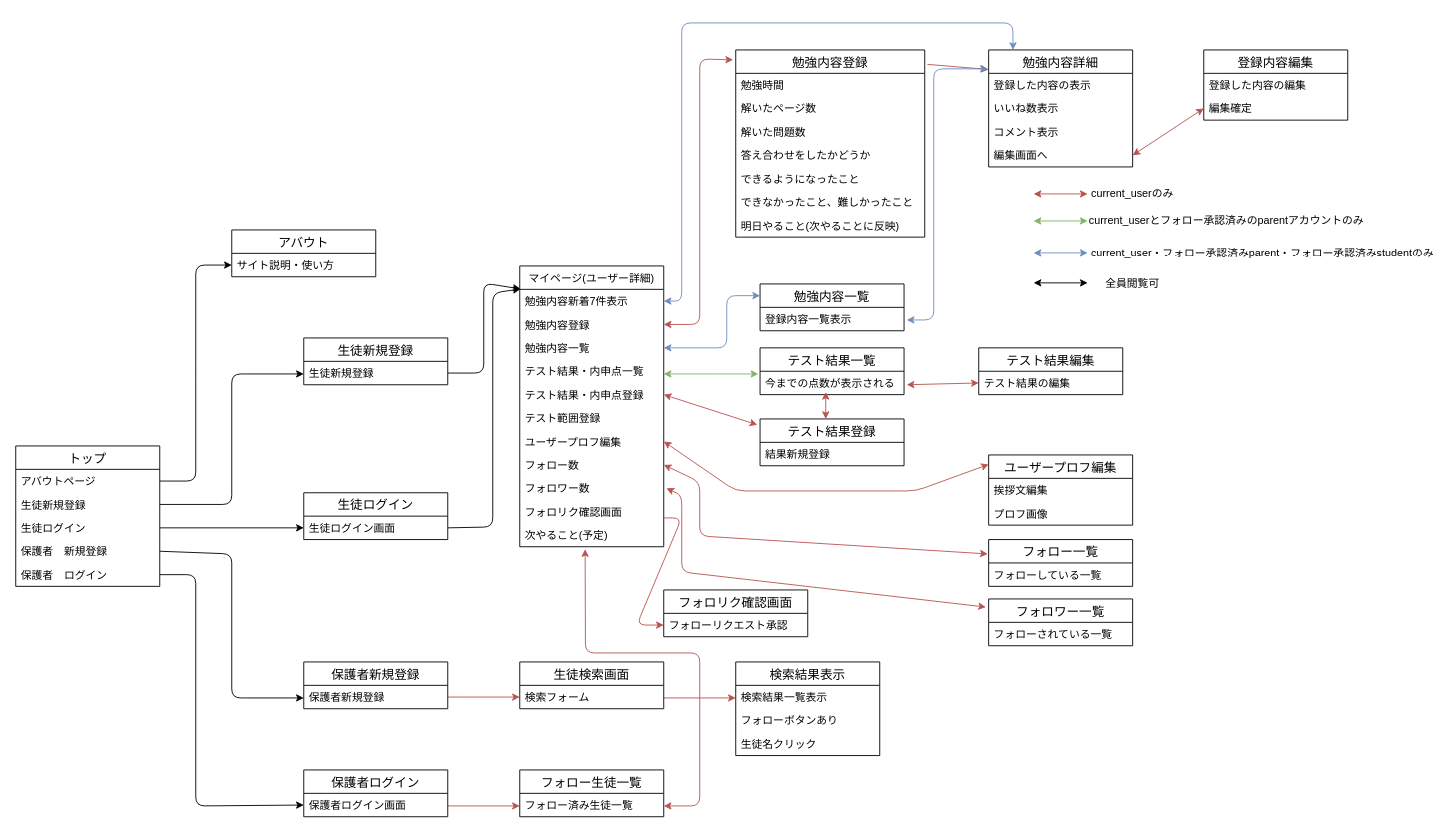
The draw.io diagram Screen_transition.drawio in na-toyoshima/learning_management, before the edit. Source tidied: cells renumbered, new cells numbered last; positions are measured from the earlier drawing's top-left corner, leaving out a move shared by most shapes. Both pictures are drawn from the tidied source at 90%, with x=0, y=0 at pixel (15, 22).
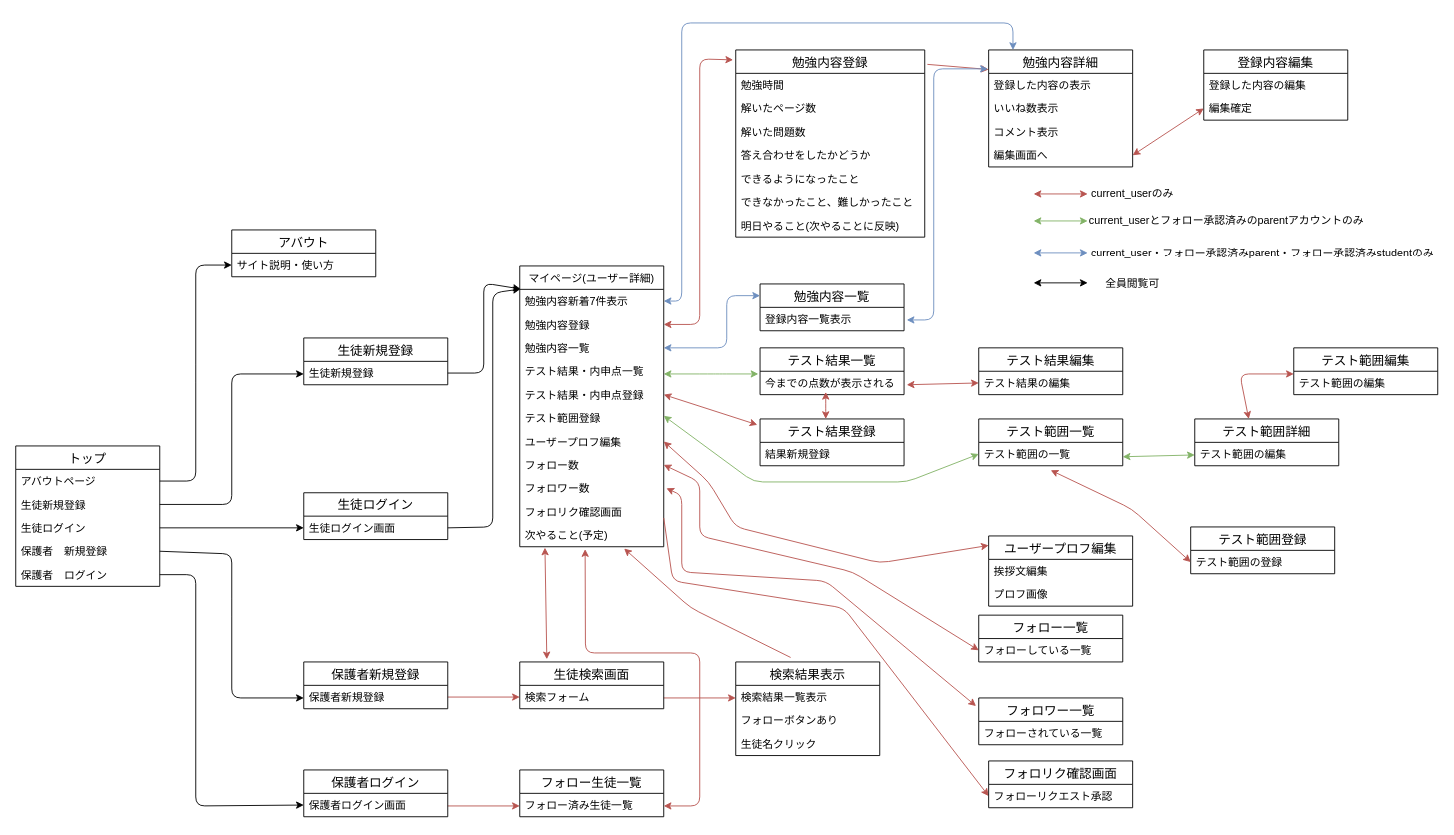
After the change.

The change refers to these unchanged cells:
```xml
<mxCell id="45" value="生徒検索画面" style="swimlane;fontStyle=0;horizontal=1;startSize=26;align=center;fontSize=14;" parent="1" vertex="1">
  <mxGeometry x="560" y="710" width="160" height="52" as="geometry" />
</mxCell>
<mxCell id="49" value="検索結果表示" style="swimlane;fontStyle=0;horizontal=1;startSize=26;align=center;fontSize=14;" parent="1" vertex="1">
  <mxGeometry x="800" y="710" width="160" height="104" as="geometry" />
</mxCell>
<mxCell id="60" value="ユーザープロフ編集" style="text;strokeColor=none;fillColor=none;spacingLeft=4;spacingRight=4;overflow=hidden;points=[[0,0.5],[1,0.5]];portConstraint=eastwest;fontSize=12;" parent="53" vertex="1">
  <mxGeometry y="182" width="160" height="26" as="geometry" />
</mxCell>
<mxCell id="61" value="フォロー数" style="text;strokeColor=none;fillColor=none;spacingLeft=4;spacingRight=4;overflow=hidden;points=[[0,0.5],[1,0.5]];portConstraint=eastwest;fontSize=12;" parent="53" vertex="1">
  <mxGeometry y="208" width="160" height="26" as="geometry" />
</mxCell>
<mxCell id="64" value="次やること(予定)" style="text;strokeColor=none;fillColor=none;spacingLeft=4;spacingRight=4;overflow=hidden;points=[[0,0.5],[1,0.5]];portConstraint=eastwest;fontSize=12;" parent="53" vertex="1">
  <mxGeometry y="286" width="160" height="26" as="geometry" />
</mxCell>
<mxCell id="75" value="テスト結果一覧" style="swimlane;fontStyle=0;horizontal=1;startSize=26;align=center;fontSize=14;" parent="1" vertex="1">
  <mxGeometry x="827" y="361" width="160" height="52" as="geometry" />
</mxCell>
```

Change to the diagram source:
```diff
@@
+    <mxCell id="104" style="endArrow=classic;startArrow=classic;html=1;entryX=0;entryY=0.5;entryDx=0;entryDy=0;fillColor=#d5e8d4;strokeColor=#82b366;" parent="1" edge="1">
+      <mxGeometry relative="1" as="geometry">
+        <mxPoint x="1230" y="482" as="sourcePoint" />
+        <mxPoint x="1310" y="480" as="targetPoint" />
+      </mxGeometry>
+    </mxCell>
@@
     <mxCell id="77" style="endArrow=classic;startArrow=classic;html=1;fillColor=#f8cecc;strokeColor=#b85450;" parent="75" edge="1">
       <mxGeometry relative="1" as="geometry">
         <mxPoint x="73" y="79" as="sourcePoint" />
         <mxPoint x="73" y="49" as="targetPoint" />
+        <Array as="points">
+          <mxPoint x="73" y="69" />
+        </Array>
       </mxGeometry>
     </mxCell>
@@
-    <mxCell id="82" value="ユーザープロフ編集" style="swimlane;fontStyle=0;horizontal=1;startSize=26;align=center;fontSize=14;" parent="1" vertex="1">
-      <mxGeometry x="1081" y="480" width="160" height="78" as="geometry" />
-    </mxCell>
-    <mxCell id="83" value="挨拶文編集" style="text;strokeColor=none;fillColor=none;spacingLeft=4;spacingRight=4;overflow=hidden;fontSize=12;" parent="82" vertex="1">
-      <mxGeometry y="26" width="160" height="26" as="geometry" />
-    </mxCell>
-    <mxCell id="84" value="プロフ画像" style="text;strokeColor=none;fillColor=none;spacingLeft=4;spacingRight=4;overflow=hidden;fontSize=12;" parent="82" vertex="1">
-      <mxGeometry y="52" width="160" height="26" as="geometry" />
-    </mxCell>
     <mxCell id="85" style="endArrow=classic;startArrow=classic;html=1;exitX=1;exitY=0.5;exitDx=0;exitDy=0;entryX=0;entryY=0.135;entryDx=0;entryDy=0;entryPerimeter=0;fillColor=#f8cecc;strokeColor=#b85450;" parent="1" edge="1" source="60" target="82">
       <mxGeometry relative="1" as="geometry">
         <Array as="points">
-          <mxPoint x="800" y="520" />
-          <mxPoint x="1000" y="520" />
+          <mxPoint x="770" y="510" />
+          <mxPoint x="800" y="560" />
+          <mxPoint x="960" y="600" />
         </Array>
       </mxGeometry>
     </mxCell>
-    <mxCell id="86" style="endArrow=classic;startArrow=classic;html=1;fontSize=12;exitX=1;exitY=0.5;exitDx=0;exitDy=0;fillColor=#f8cecc;strokeColor=#b85450;" parent="1" edge="1" source="61">
+    <mxCell id="86" style="endArrow=classic;startArrow=classic;html=1;fontSize=12;exitX=1;exitY=0.5;exitDx=0;exitDy=0;fillColor=#f8cecc;strokeColor=#b85450;entryX=0;entryY=0.5;entryDx=0;entryDy=0;" parent="1" edge="1" source="61" target="88">
       <mxGeometry relative="1" as="geometry">
-        <mxPoint x="1080" y="590" as="targetPoint" />
         <Array as="points">
           <mxPoint x="760" y="510" />
           <mxPoint x="760" y="570" />
+          <mxPoint x="930" y="610" />
         </Array>
       </mxGeometry>
     </mxCell>
-    <mxCell id="87" value="フォロー一覧" style="swimlane;fontStyle=0;horizontal=1;startSize=26;align=center;fontSize=14;" parent="1" vertex="1">
-      <mxGeometry x="1081" y="574" width="160" height="52" as="geometry" />
-    </mxCell>
-    <mxCell id="88" value="フォローしている一覧" style="text;strokeColor=none;fillColor=none;spacingLeft=4;spacingRight=4;overflow=hidden;points=[[0,0.5],[1,0.5]];portConstraint=eastwest;fontSize=12;" parent="87" vertex="1">
-      <mxGeometry y="26" width="160" height="26" as="geometry" />
-    </mxCell>
     <mxCell id="89" style="endArrow=classic;startArrow=classic;html=1;fontSize=12;entryX=-0.019;entryY=0.173;entryDx=0;entryDy=0;entryPerimeter=0;fillColor=#f8cecc;strokeColor=#b85450;" parent="1" edge="1" target="90">
       <mxGeometry relative="1" as="geometry">
         <mxPoint x="723" y="517" as="sourcePoint" />
         <Array as="points">
           <mxPoint x="740" y="525" />
           <mxPoint x="740" y="610" />
+          <mxPoint x="900" y="620" />
         </Array>
       </mxGeometry>
     </mxCell>
-    <mxCell id="90" value="フォロワー一覧" style="swimlane;fontStyle=0;horizontal=1;startSize=26;align=center;fontSize=14;" parent="1" vertex="1">
-      <mxGeometry x="1081" y="640" width="160" height="52" as="geometry" />
-    </mxCell>
-    <mxCell id="91" value="フォローされている一覧" style="text;strokeColor=none;fillColor=none;spacingLeft=4;spacingRight=4;overflow=hidden;fontSize=12;" parent="90" vertex="1">
-      <mxGeometry y="26" width="160" height="26" as="geometry" />
-    </mxCell>
@@
-    <mxCell id="98" value="フォロリク確認画面" style="swimlane;fontStyle=0;horizontal=1;startSize=26;align=center;fontSize=14;" parent="1" vertex="1">
-      <mxGeometry x="720" y="630" width="160" height="52" as="geometry" />
-    </mxCell>
-    <mxCell id="99" value="フォローリクエスト承認" style="text;strokeColor=none;fillColor=none;spacingLeft=4;spacingRight=4;overflow=hidden;points=[[0,0.5],[1,0.5]];portConstraint=eastwest;fontSize=12;" parent="98" vertex="1">
-      <mxGeometry y="26" width="160" height="26" as="geometry" />
-    </mxCell>
     <mxCell id="100" style="endArrow=classic;html=1;fontSize=12;entryX=0;entryY=0.5;entryDx=0;entryDy=0;fillColor=#f8cecc;strokeColor=#b85450;" parent="1" edge="1" target="99">
       <mxGeometry relative="1" as="geometry">
         <mxPoint x="720" y="550" as="sourcePoint" />
         <Array as="points">
-          <mxPoint x="740" y="550" />
-          <mxPoint x="690" y="669" />
+          <mxPoint x="730" y="620" />
+          <mxPoint x="920" y="650" />
         </Array>
       </mxGeometry>
     </mxCell>
@@
+    <mxCell id="90" value="フォロワー一覧" style="swimlane;fontStyle=0;horizontal=1;startSize=26;align=center;fontSize=14;" parent="1" vertex="1">
+      <mxGeometry x="1070" y="750" width="160" height="52" as="geometry" />
+    </mxCell>
+    <mxCell id="91" value="フォローされている一覧" style="text;strokeColor=none;fillColor=none;spacingLeft=4;spacingRight=4;overflow=hidden;fontSize=12;" parent="90" vertex="1">
+      <mxGeometry y="26" width="160" height="26" as="geometry" />
+    </mxCell>
+    <mxCell id="87" value="フォロー一覧" style="swimlane;fontStyle=0;horizontal=1;startSize=26;align=center;fontSize=14;" parent="1" vertex="1">
+      <mxGeometry x="1070" y="658" width="160" height="52" as="geometry" />
+    </mxCell>
+    <mxCell id="88" value="フォローしている一覧" style="text;strokeColor=none;fillColor=none;spacingLeft=4;spacingRight=4;overflow=hidden;points=[[0,0.5],[1,0.5]];portConstraint=eastwest;fontSize=12;" parent="87" vertex="1">
+      <mxGeometry y="26" width="160" height="26" as="geometry" />
+    </mxCell>
+    <mxCell id="82" value="ユーザープロフ編集" style="swimlane;fontStyle=0;horizontal=1;startSize=26;align=center;fontSize=14;" parent="1" vertex="1">
+      <mxGeometry x="1081" y="570" width="160" height="78" as="geometry" />
+    </mxCell>
+    <mxCell id="83" value="挨拶文編集" style="text;strokeColor=none;fillColor=none;spacingLeft=4;spacingRight=4;overflow=hidden;fontSize=12;" parent="82" vertex="1">
+      <mxGeometry y="26" width="160" height="26" as="geometry" />
+    </mxCell>
+    <mxCell id="84" value="プロフ画像" style="text;strokeColor=none;fillColor=none;spacingLeft=4;spacingRight=4;overflow=hidden;fontSize=12;" parent="82" vertex="1">
+      <mxGeometry y="52" width="160" height="26" as="geometry" />
+    </mxCell>
+    <mxCell id="105" value="テスト範囲一覧" style="swimlane;fontStyle=0;horizontal=1;startSize=26;align=center;fontSize=14;" parent="1" vertex="1">
+      <mxGeometry x="1070" y="440" width="160" height="52" as="geometry" />
+    </mxCell>
+    <mxCell id="106" value="テスト範囲の一覧" style="text;strokeColor=none;fillColor=none;spacingLeft=4;spacingRight=4;overflow=hidden;points=[[0,0.5],[1,0.5]];portConstraint=eastwest;fontSize=12;" parent="105" vertex="1">
+      <mxGeometry y="26" width="160" height="26" as="geometry" />
+    </mxCell>
+    <mxCell id="107" value="テスト範囲登録" style="swimlane;fontStyle=0;horizontal=1;startSize=26;align=center;fontSize=14;" parent="1" vertex="1">
+      <mxGeometry x="1305.5" y="560" width="160" height="52" as="geometry" />
+    </mxCell>
+    <mxCell id="108" value="テスト範囲の登録" style="text;strokeColor=none;fillColor=none;spacingLeft=4;spacingRight=4;overflow=hidden;points=[[0,0.5],[1,0.5]];portConstraint=eastwest;fontSize=12;" parent="107" vertex="1">
+      <mxGeometry y="26" width="160" height="26" as="geometry" />
+    </mxCell>
+    <mxCell id="109" style="endArrow=classic;startArrow=classic;html=1;entryX=0;entryY=0.5;entryDx=0;entryDy=0;fillColor=#d5e8d4;strokeColor=#82b366;" parent="1" edge="1" target="106">
+      <mxGeometry relative="1" as="geometry">
+        <mxPoint x="720" y="436.5" as="sourcePoint" />
+        <Array as="points">
+          <mxPoint x="820" y="510" />
+          <mxPoint x="990" y="510" />
+        </Array>
+      </mxGeometry>
+    </mxCell>
+    <mxCell id="110" style="endArrow=classic;startArrow=classic;html=1;exitX=0;exitY=0.5;exitDx=0;exitDy=0;fillColor=#f8cecc;strokeColor=#b85450;entryX=0.5;entryY=1.192;entryDx=0;entryDy=0;entryPerimeter=0;" parent="1" edge="1" source="108" target="106">
+      <mxGeometry relative="1" as="geometry">
+        <Array as="points">
+          <mxPoint x="1240" y="540" />
+        </Array>
+      </mxGeometry>
+    </mxCell>
+    <mxCell id="111" style="endArrow=classic;startArrow=classic;html=1;entryX=0.175;entryY=1.038;entryDx=0;entryDy=0;entryPerimeter=0;exitX=0.188;exitY=-0.058;exitDx=0;exitDy=0;exitPerimeter=0;fillColor=#f8cecc;strokeColor=#b85450;" parent="1" edge="1" source="45" target="64">
+      <mxGeometry relative="1" as="geometry" />
+    </mxCell>
+    <mxCell id="98" value="フォロリク確認画面" style="swimlane;fontStyle=0;horizontal=1;startSize=26;align=center;fontSize=14;" parent="1" vertex="1">
+      <mxGeometry x="1081" y="820" width="160" height="52" as="geometry" />
+    </mxCell>
+    <mxCell id="99" value="フォローリクエスト承認" style="text;strokeColor=none;fillColor=none;spacingLeft=4;spacingRight=4;overflow=hidden;points=[[0,0.5],[1,0.5]];portConstraint=eastwest;fontSize=12;" parent="98" vertex="1">
+      <mxGeometry y="26" width="160" height="26" as="geometry" />
+    </mxCell>
+    <mxCell id="112" style="endArrow=classic;html=1;exitX=0.381;exitY=-0.048;exitDx=0;exitDy=0;exitPerimeter=0;entryX=0.725;entryY=1.077;entryDx=0;entryDy=0;entryPerimeter=0;fillColor=#f8cecc;strokeColor=#b85450;" parent="1" edge="1" source="49" target="64">
+      <mxGeometry relative="1" as="geometry">
+        <Array as="points">
+          <mxPoint x="750" y="650" />
+        </Array>
+      </mxGeometry>
+    </mxCell>
+    <mxCell id="113" value="テスト範囲詳細" style="swimlane;fontStyle=0;horizontal=1;startSize=26;align=center;fontSize=14;" parent="1" vertex="1">
+      <mxGeometry x="1310" y="440" width="160" height="52" as="geometry" />
+    </mxCell>
+    <mxCell id="114" value="テスト範囲の編集" style="text;strokeColor=none;fillColor=none;spacingLeft=4;spacingRight=4;overflow=hidden;fontSize=12;" parent="113" vertex="1">
+      <mxGeometry y="26" width="160" height="26" as="geometry" />
+    </mxCell>
+    <mxCell id="115" value="テスト範囲編集" style="swimlane;fontStyle=0;horizontal=1;startSize=26;align=center;fontSize=14;" parent="1" vertex="1">
+      <mxGeometry x="1420" y="361" width="160" height="52" as="geometry" />
+    </mxCell>
+    <mxCell id="116" value="テスト範囲の編集" style="text;strokeColor=none;fillColor=none;spacingLeft=4;spacingRight=4;overflow=hidden;fontSize=12;" parent="115" vertex="1">
+      <mxGeometry y="26" width="160" height="26" as="geometry" />
+    </mxCell>
+    <mxCell id="117" style="endArrow=classic;startArrow=classic;html=1;fillColor=#f8cecc;strokeColor=#b85450;" parent="1" edge="1">
+      <mxGeometry relative="1" as="geometry">
+        <mxPoint x="1370" y="440" as="sourcePoint" />
+        <mxPoint x="1420" y="390" as="targetPoint" />
+        <Array as="points">
+          <mxPoint x="1360" y="390" />
+        </Array>
+      </mxGeometry>
+    </mxCell>
```
